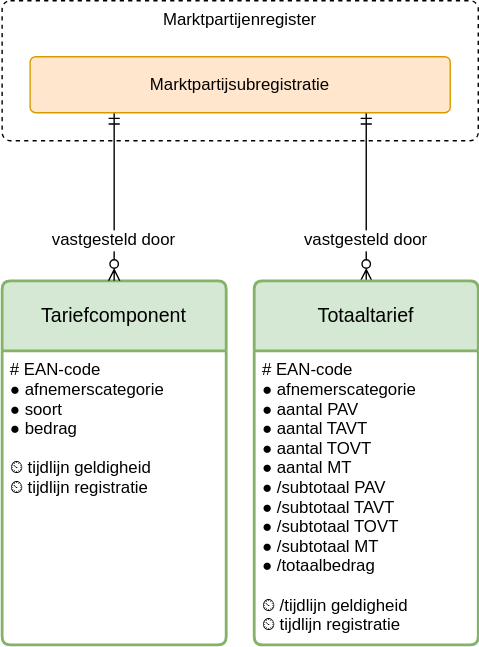
Before: registers/tarievenregister/1.0/tarievenregister.drawio.svg, a diagram exported from draw.io (Netbeheer-Nederland/stelsel). Source tidied: cells renumbered, new cells last; positions are measured from the earlier drawing's top-left corner, leaving out a move shared by most shapes.
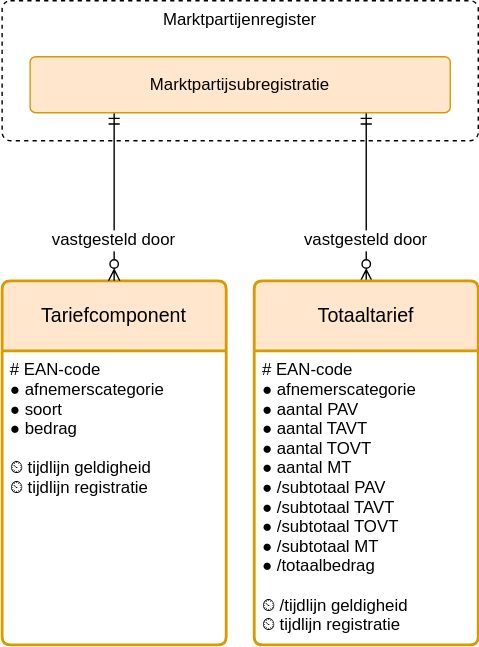
The same diagram one commit later.

Change to the diagram source:
```diff
@@ -8,13 +8,13 @@
     <mxCell id="3" value="vastgesteld door" style="fontSize=12;endArrow=ERmandOne;startArrow=ERzeroToMany;rounded=0;startFill=0;endFill=0;verticalAlign=middle;strokeColor=default;labelBackgroundColor=default;fontColor=default;align=center;edgeStyle=elbowEdgeStyle;exitX=0.5;exitY=0;exitDx=0;exitDy=0;" parent="1" edge="1" source="6" target="9">
       <mxGeometry x="-0.5" relative="1" as="geometry" />
     </mxCell>
-    <mxCell id="4" value="Tariefcomponent" style="swimlane;horizontal=1;startSize=50;rounded=1;fontSize=14;fontStyle=0;strokeWidth=2;shadow=0;dashed=0;align=center;fillColor=#d5e8d4;strokeColor=#82b366;arcSize=4;whiteSpace=wrap;" parent="1" vertex="1">
+    <mxCell id="4" value="Tariefcomponent" style="swimlane;horizontal=1;startSize=50;rounded=1;fontSize=14;fontStyle=0;strokeWidth=2;shadow=0;dashed=0;align=center;fillColor=#ffe6cc;strokeColor=#d79b00;arcSize=4;whiteSpace=wrap;" parent="1" vertex="1">
       <mxGeometry y="200" width="160" height="260" as="geometry" />
     </mxCell>
     <mxCell id="5" value="# EAN-code&#10;● afnemerscategorie&#10;● soort&#10;● bedrag&#10;&#10;⏲ tijdlijn geldigheid&#10;⏲ tijdlijn registratie" style="align=left;strokeColor=none;fillColor=none;spacingLeft=4;fontSize=12;verticalAlign=top;" parent="4" vertex="1">
       <mxGeometry y="50" width="160" height="210" as="geometry" />
     </mxCell>
-    <mxCell id="6" value="Totaaltarief" style="swimlane;horizontal=1;startSize=50;rounded=1;fontSize=14;fontStyle=0;strokeWidth=2;shadow=0;dashed=0;align=center;fillColor=#d5e8d4;strokeColor=#82b366;arcSize=4;whiteSpace=wrap;" parent="1" vertex="1">
+    <mxCell id="6" value="Totaaltarief" style="swimlane;horizontal=1;startSize=50;rounded=1;fontSize=14;fontStyle=0;strokeWidth=2;shadow=0;dashed=0;align=center;fillColor=#ffe6cc;strokeColor=#d79b00;arcSize=4;whiteSpace=wrap;" parent="1" vertex="1">
       <mxGeometry x="180" y="200" width="160" height="260" as="geometry" />
     </mxCell>
     <mxCell id="7" value="# EAN-code&#10;● afnemerscategorie&#10;● aantal PAV&#10;● aantal TAVT&#10;● aantal TOVT&#10;● aantal MT&#10;● /subtotaal PAV&#10;● /subtotaal TAVT&#10;● /subtotaal TOVT&#10;● /subtotaal MT&#10;● /totaalbedrag&#10;&#10;⏲ /tijdlijn geldigheid&#10;⏲ tijdlijn registratie" style="align=left;strokeColor=none;fillColor=none;spacingLeft=4;fontSize=12;verticalAlign=top;" parent="6" vertex="1">
```
